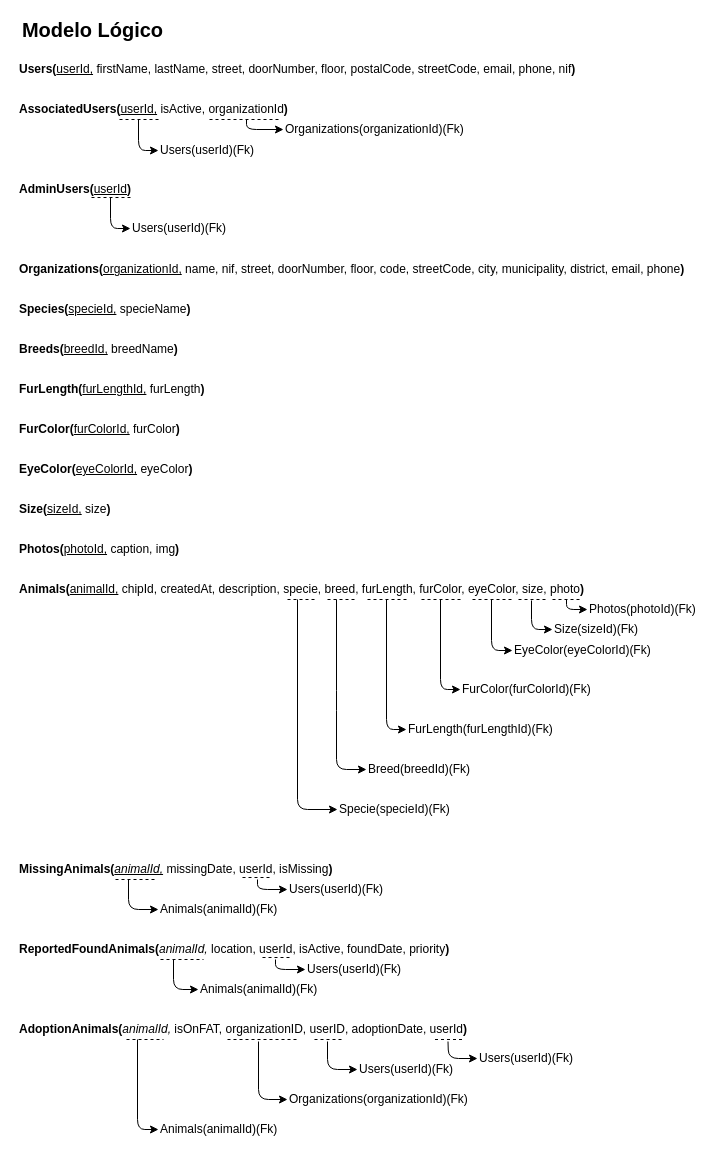
Projecto-Final-de-Curso-TeSP-PSI/pet-adoption keeps this draw.io diagram as Docs/Modelo Logico.drawio. Above is the earlier version. Source tidied: cells renumbered, new cells numbered last; positions are measured from the earlier drawing's top-left corner, leaving out a move shared by most shapes. Both pictures are drawn from the tidied source at 100%, with x=0, y=0 at pixel (17, 19).
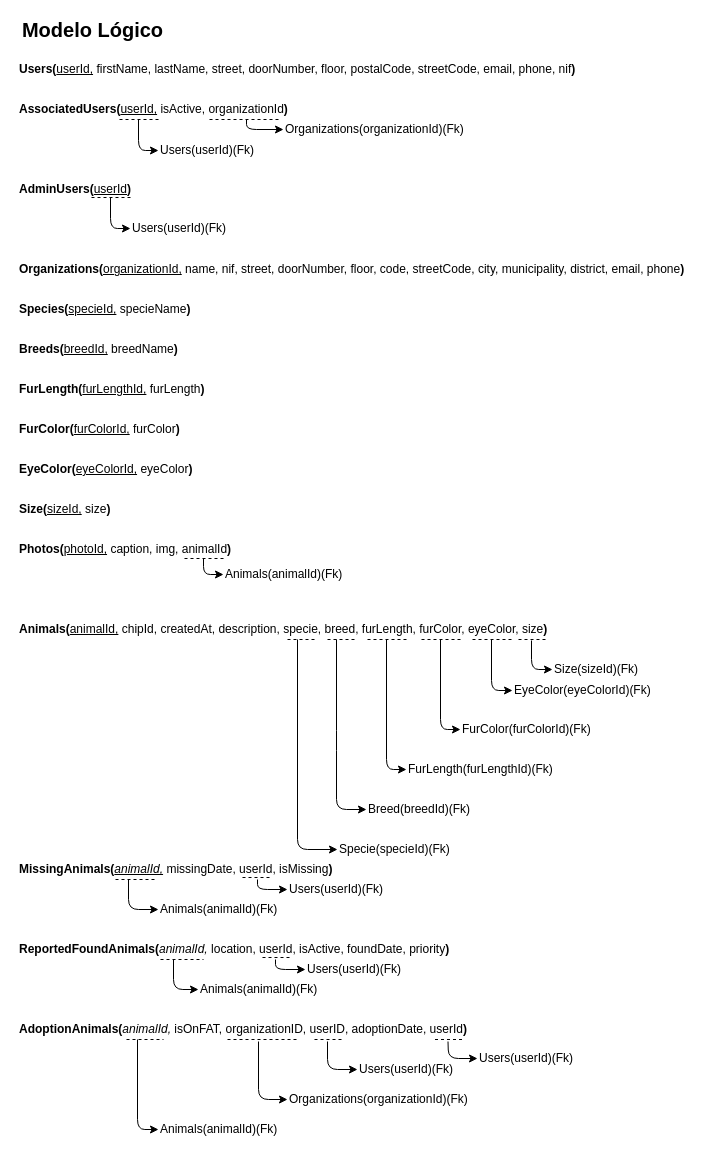
The same diagram, later.

What changed in the source:
```diff
@@
-    <mxCell id="5" value="&lt;b&gt;Animals(&lt;/b&gt;&lt;u&gt;animalId,&lt;/u&gt;&amp;nbsp;chipId, createdAt, description, specie, breed, furLength, furColor, eyeColor, size, photo&lt;b&gt;)&lt;/b&gt;" style="text;html=1;strokeColor=none;fillColor=none;align=left;verticalAlign=middle;rounded=0;" parent="1" vertex="1">
-      <mxGeometry y="560" width="40" height="20" as="geometry" />
+    <mxCell id="5" value="&lt;b&gt;Animals(&lt;/b&gt;&lt;u&gt;animalId,&lt;/u&gt;&amp;nbsp;chipId, createdAt, description, specie, breed, furLength, furColor, eyeColor, size&lt;b&gt;)&lt;/b&gt;" style="text;html=1;strokeColor=none;fillColor=none;align=left;verticalAlign=middle;rounded=0;" parent="1" vertex="1">
+      <mxGeometry y="600" width="40" height="20" as="geometry" />
     </mxCell>
-    <mxCell id="6" style="group;" parent="1" vertex="1">
-      <mxGeometry y="840" width="181" height="60" as="geometry" />
-    </mxCell>
-    <mxCell id="7" value="&lt;b&gt;MissingAnimals(&lt;/b&gt;&lt;i&gt;&lt;u&gt;animalId,&lt;/u&gt;&amp;nbsp;&lt;/i&gt;missingDate, userId, isMissing&lt;b&gt;)&lt;/b&gt;" style="text;html=1;strokeColor=none;fillColor=none;align=left;verticalAlign=middle;rounded=0;" parent="6" vertex="1">
-      <mxGeometry width="40" height="20" as="geometry" />
-    </mxCell>
-    <mxCell id="8" style="endArrow=none;dashed=1;html=1;strokeWidth=1;" parent="6" edge="1">
-      <mxGeometry relative="1" as="geometry">
-        <mxPoint x="98" y="20" as="sourcePoint" />
-        <mxPoint x="140" y="20" as="targetPoint" />
-      </mxGeometry>
-    </mxCell>
-    <mxCell id="9" value="Animals(animalId)(Fk)" style="text;html=1;strokeColor=none;fillColor=none;align=left;verticalAlign=middle;rounded=0;" parent="6" vertex="1">
-      <mxGeometry x="141" y="40" width="40" height="20" as="geometry" />
-    </mxCell>
@@
     <mxCell id="40" style="endArrow=none;dashed=1;html=1;strokeWidth=1;" parent="1" edge="1">
       <mxGeometry relative="1" as="geometry">
-        <mxPoint x="270" y="580" as="sourcePoint" />
-        <mxPoint x="300" y="580" as="targetPoint" />
+        <mxPoint x="270" y="620" as="sourcePoint" />
+        <mxPoint x="300" y="620" as="targetPoint" />
       </mxGeometry>
     </mxCell>
     <mxCell id="41" style="endArrow=classic;html=1;strokeWidth=1;entryX=0;entryY=0.5;entryDx=0;entryDy=0;" parent="1" edge="1" target="42">
       <mxGeometry relative="1" as="geometry">
-        <mxPoint x="280" y="580" as="sourcePoint" />
+        <mxPoint x="280" y="620" as="sourcePoint" />
         <Array as="points">
-          <mxPoint x="280" y="790" />
+          <mxPoint x="280" y="830" />
         </Array>
       </mxGeometry>
     </mxCell>
     <mxCell id="42" value="Specie(specieId)(Fk)" style="text;html=1;strokeColor=none;fillColor=none;align=left;verticalAlign=middle;rounded=0;" parent="1" vertex="1">
-      <mxGeometry x="320" y="780" width="40" height="20" as="geometry" />
+      <mxGeometry x="320" y="820" width="40" height="20" as="geometry" />
     </mxCell>
     <mxCell id="43" style="endArrow=none;dashed=1;html=1;strokeWidth=1;" parent="1" edge="1">
       <mxGeometry relative="1" as="geometry">
-        <mxPoint x="310" y="580" as="sourcePoint" />
-        <mxPoint x="340" y="580" as="targetPoint" />
+        <mxPoint x="310" y="620" as="sourcePoint" />
+        <mxPoint x="340" y="620" as="targetPoint" />
       </mxGeometry>
     </mxCell>
     <mxCell id="44" style="endArrow=classic;html=1;strokeWidth=1;entryX=0;entryY=0.5;entryDx=0;entryDy=0;" parent="1" edge="1" target="45">
       <mxGeometry relative="1" as="geometry">
-        <mxPoint x="319" y="580" as="sourcePoint" />
+        <mxPoint x="319" y="620" as="sourcePoint" />
         <Array as="points">
-          <mxPoint x="319" y="681" />
-          <mxPoint x="319" y="750" />
+          <mxPoint x="319" y="721" />
+          <mxPoint x="319" y="790" />
         </Array>
       </mxGeometry>
     </mxCell>
     <mxCell id="45" value="Breed(breedId)(Fk)" style="text;html=1;strokeColor=none;fillColor=none;align=left;verticalAlign=middle;rounded=0;" parent="1" vertex="1">
-      <mxGeometry x="349" y="740" width="40" height="20" as="geometry" />
+      <mxGeometry x="349" y="780" width="40" height="20" as="geometry" />
     </mxCell>
     <mxCell id="46" style="endArrow=none;dashed=1;html=1;strokeWidth=1;" parent="1" edge="1">
       <mxGeometry relative="1" as="geometry">
-        <mxPoint x="350" y="580" as="sourcePoint" />
-        <mxPoint x="390" y="580" as="targetPoint" />
+        <mxPoint x="350" y="620" as="sourcePoint" />
+        <mxPoint x="390" y="620" as="targetPoint" />
       </mxGeometry>
     </mxCell>
     <mxCell id="47" style="endArrow=classic;html=1;strokeWidth=1;entryX=0;entryY=0.5;entryDx=0;entryDy=0;" parent="1" edge="1" target="48">
       <mxGeometry relative="1" as="geometry">
-        <mxPoint x="369" y="580" as="sourcePoint" />
+        <mxPoint x="369" y="620" as="sourcePoint" />
         <Array as="points">
-          <mxPoint x="369" y="710" />
+          <mxPoint x="369" y="750" />
         </Array>
       </mxGeometry>
     </mxCell>
     <mxCell id="48" value="FurLength(furLengthId)(Fk)" style="text;html=1;strokeColor=none;fillColor=none;align=left;verticalAlign=middle;rounded=0;" parent="1" vertex="1">
-      <mxGeometry x="389" y="700" width="40" height="20" as="geometry" />
+      <mxGeometry x="389" y="740" width="40" height="20" as="geometry" />
     </mxCell>
     <mxCell id="49" style="endArrow=none;dashed=1;html=1;strokeWidth=1;" parent="1" edge="1">
       <mxGeometry relative="1" as="geometry">
-        <mxPoint x="404" y="580" as="sourcePoint" />
-        <mxPoint x="443" y="580" as="targetPoint" />
+        <mxPoint x="404" y="620" as="sourcePoint" />
+        <mxPoint x="443" y="620" as="targetPoint" />
       </mxGeometry>
     </mxCell>
     <mxCell id="50" style="endArrow=classic;html=1;strokeWidth=1;entryX=0;entryY=0.5;entryDx=0;entryDy=0;" parent="1" edge="1" target="51">
       <mxGeometry relative="1" as="geometry">
-        <mxPoint x="423" y="580" as="sourcePoint" />
+        <mxPoint x="423" y="620" as="sourcePoint" />
         <Array as="points">
-          <mxPoint x="423" y="670" />
+          <mxPoint x="423" y="710" />
         </Array>
       </mxGeometry>
     </mxCell>
     <mxCell id="51" value="FurColor(furColorId)(Fk)" style="text;html=1;strokeColor=none;fillColor=none;align=left;verticalAlign=middle;rounded=0;" parent="1" vertex="1">
-      <mxGeometry x="443" y="660" width="40" height="20" as="geometry" />
+      <mxGeometry x="443" y="700" width="40" height="20" as="geometry" />
     </mxCell>
     <mxCell id="52" style="endArrow=none;dashed=1;html=1;strokeWidth=1;" parent="1" edge="1">
       <mxGeometry relative="1" as="geometry">
-        <mxPoint x="455" y="580" as="sourcePoint" />
-        <mxPoint x="494" y="580" as="targetPoint" />
+        <mxPoint x="455" y="620" as="sourcePoint" />
+        <mxPoint x="494" y="620" as="targetPoint" />
       </mxGeometry>
     </mxCell>
     <mxCell id="53" style="endArrow=classic;html=1;strokeWidth=1;entryX=0;entryY=0.5;entryDx=0;entryDy=0;" parent="1" edge="1" target="54">
       <mxGeometry relative="1" as="geometry">
-        <mxPoint x="474" y="580" as="sourcePoint" />
+        <mxPoint x="474" y="620" as="sourcePoint" />
         <Array as="points">
-          <mxPoint x="474" y="631" />
+          <mxPoint x="474" y="671" />
         </Array>
       </mxGeometry>
     </mxCell>
     <mxCell id="54" value="EyeColor(eyeColorId)(Fk)" style="text;html=1;strokeColor=none;fillColor=none;align=left;verticalAlign=middle;rounded=0;" parent="1" vertex="1">
-      <mxGeometry x="495" y="621" width="40" height="20" as="geometry" />
+      <mxGeometry x="495" y="661" width="40" height="20" as="geometry" />
     </mxCell>
-    <mxCell id="55" style="endArrow=none;dashed=1;html=1;strokeWidth=1;" parent="1" edge="1">
-      <mxGeometry relative="1" as="geometry">
-        <mxPoint x="535" y="580" as="sourcePoint" />
-        <mxPoint x="564" y="580" as="targetPoint" />
-      </mxGeometry>
-    </mxCell>
-    <mxCell id="56" style="endArrow=classic;html=1;strokeWidth=1;entryX=0;entryY=0.5;entryDx=0;entryDy=0;" parent="1" edge="1" target="57">
-      <mxGeometry relative="1" as="geometry">
-        <mxPoint x="549" y="580" as="sourcePoint" />
-        <Array as="points">
-          <mxPoint x="549" y="590" />
-        </Array>
-      </mxGeometry>
-    </mxCell>
-    <mxCell id="57" value="Photos(photoId)(Fk)" style="text;html=1;strokeColor=none;fillColor=none;align=left;verticalAlign=middle;rounded=0;" parent="1" vertex="1">
-      <mxGeometry x="570" y="580" width="40" height="20" as="geometry" />
-    </mxCell>
@@
-    <mxCell id="71" value="&lt;b&gt;Photos(&lt;/b&gt;&lt;u&gt;photoId,&lt;/u&gt;&amp;nbsp;caption, img&lt;b&gt;)&lt;/b&gt;" style="text;html=1;strokeColor=none;fillColor=none;align=left;verticalAlign=middle;rounded=0;" parent="1" vertex="1">
+    <mxCell id="71" value="&lt;b&gt;Photos(&lt;/b&gt;&lt;u&gt;photoId,&lt;/u&gt;&amp;nbsp;caption, img, animalId&lt;b&gt;)&lt;/b&gt;" style="text;html=1;strokeColor=none;fillColor=none;align=left;verticalAlign=middle;rounded=0;" parent="1" vertex="1">
       <mxGeometry y="520" width="40" height="20" as="geometry" />
     </mxCell>
     <mxCell id="72" style="endArrow=none;dashed=1;html=1;strokeWidth=1;" parent="1" edge="1">
       <mxGeometry relative="1" as="geometry">
-        <mxPoint x="501" y="580" as="sourcePoint" />
-        <mxPoint x="530" y="580" as="targetPoint" />
+        <mxPoint x="501" y="620" as="sourcePoint" />
+        <mxPoint x="530" y="620" as="targetPoint" />
       </mxGeometry>
     </mxCell>
     <mxCell id="73" style="endArrow=classic;html=1;strokeWidth=1;entryX=0;entryY=0.5;entryDx=0;entryDy=0;" parent="1" edge="1" target="74">
       <mxGeometry relative="1" as="geometry">
-        <mxPoint x="514" y="581" as="sourcePoint" />
+        <mxPoint x="514" y="621" as="sourcePoint" />
         <Array as="points">
-          <mxPoint x="514" y="610" />
+          <mxPoint x="514" y="650" />
         </Array>
       </mxGeometry>
     </mxCell>
     <mxCell id="74" value="Size(sizeId)(Fk)" style="text;html=1;strokeColor=none;fillColor=none;align=left;verticalAlign=middle;rounded=0;" parent="1" vertex="1">
-      <mxGeometry x="535" y="600" width="40" height="20" as="geometry" />
+      <mxGeometry x="535" y="640" width="40" height="20" as="geometry" />
     </mxCell>
+    <mxCell id="7" value="&lt;b&gt;MissingAnimals(&lt;/b&gt;&lt;i&gt;&lt;u&gt;animalId,&lt;/u&gt;&amp;nbsp;&lt;/i&gt;missingDate, userId, isMissing&lt;b&gt;)&lt;/b&gt;" style="text;html=1;strokeColor=none;fillColor=none;align=left;verticalAlign=middle;rounded=0;" parent="1" vertex="1">
+      <mxGeometry y="840" width="40" height="20" as="geometry" />
+    </mxCell>
+    <mxCell id="8" style="endArrow=none;dashed=1;html=1;strokeWidth=1;" parent="1" edge="1">
+      <mxGeometry x="40" y="860" as="geometry">
+        <mxPoint x="98" y="860" as="sourcePoint" />
+        <mxPoint x="140" y="860" as="targetPoint" />
+      </mxGeometry>
+    </mxCell>
+    <mxCell id="9" value="Animals(animalId)(Fk)" style="text;html=1;strokeColor=none;fillColor=none;align=left;verticalAlign=middle;rounded=0;" parent="1" vertex="1">
+      <mxGeometry x="141" y="880" width="40" height="20" as="geometry" />
+    </mxCell>
+    <mxCell id="75" style="endArrow=classic;html=1;strokeWidth=1;entryX=0;entryY=0.5;entryDx=0;entryDy=0;" parent="1" edge="1" target="77">
+      <mxGeometry relative="1" as="geometry">
+        <mxPoint x="186" y="539" as="sourcePoint" />
+        <Array as="points">
+          <mxPoint x="186" y="555" />
+        </Array>
+      </mxGeometry>
+    </mxCell>
+    <mxCell id="76" style="endArrow=none;dashed=1;html=1;strokeWidth=1;" parent="1" edge="1">
+      <mxGeometry x="109" y="539" as="geometry">
+        <mxPoint x="167" y="539" as="sourcePoint" />
+        <mxPoint x="209" y="539" as="targetPoint" />
+      </mxGeometry>
+    </mxCell>
+    <mxCell id="77" value="Animals(animalId)(Fk)" style="text;html=1;strokeColor=none;fillColor=none;align=left;verticalAlign=middle;rounded=0;" parent="1" vertex="1">
+      <mxGeometry x="206" y="545" width="40" height="20" as="geometry" />
+    </mxCell>
```
